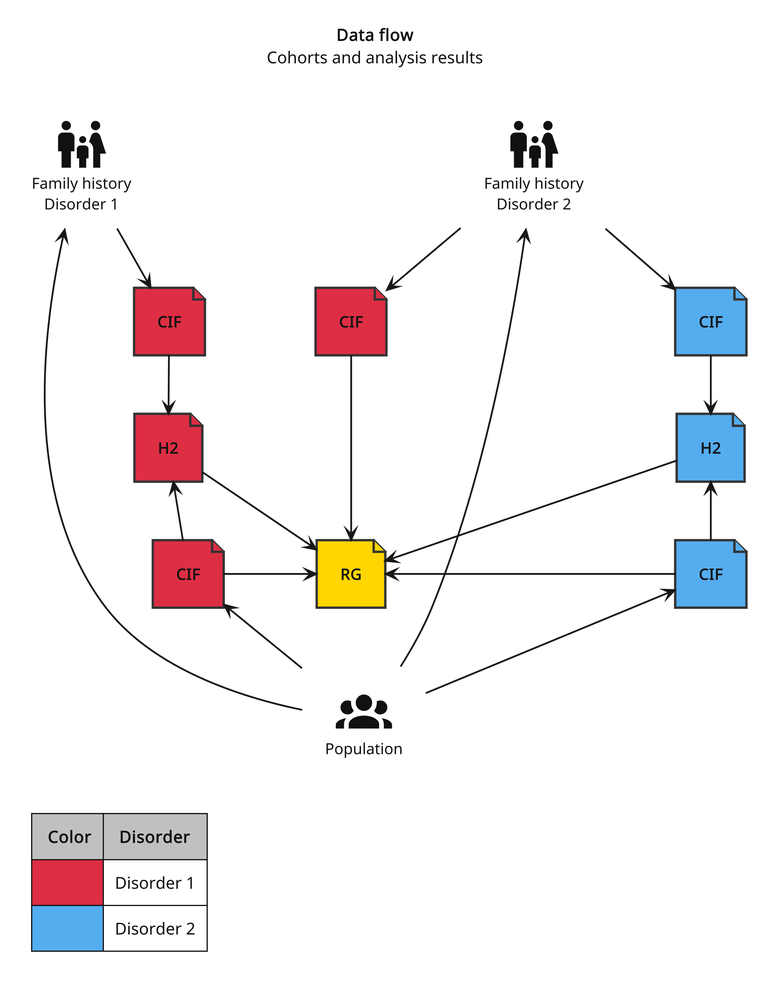
BioPsyk/epimight keeps this PlantUML diagram as guides/diagrams/pipeline-dag.png. Above is the earlier version.
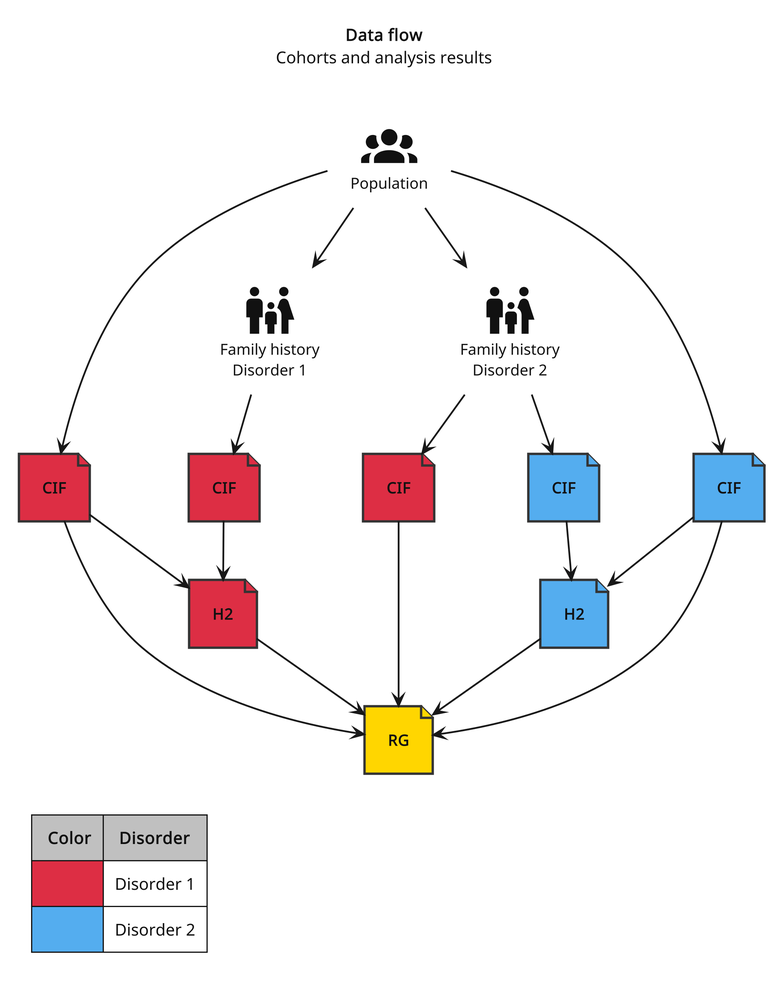
After the commit.

Commit message:
Adds better phrasing

The edit, as a diff of the source:
```diff
@@ -53,24 +53,24 @@
   |<#54adef>|Disorder 2|
 endlegend
 
-pop -UP-> cif_d2_pop
-pop -UP-> cif_d1_pop
+pop --> fh1
+pop --> fh2
+pop --> cif_d2_pop
+pop --> cif_d1_pop
 fh1 --> cif_d1_fh1
 fh2 --> cif_d1_fh2
 fh2 --> cif_d2_fh2
 
-cif_d2_pop -UP-> h2_d2
+cif_d2_pop --> h2_d2
 cif_d2_fh2 --> h2_d2
 
-cif_d1_pop -UP-> h2_d1
+cif_d1_pop --> h2_d1
 cif_d1_fh1 --> h2_d1
 
 cif_d1_fh2 ---> rg
-cif_d1_pop -RIGHT-> rg
-cif_d2_pop -LEFT-> rg
+cif_d1_pop --> rg
+cif_d2_pop --> rg
 h2_d1 --> rg
 h2_d2 --> rg
 
-pop -UP-> fh1
-pop -UP-> fh2
 @enduml
```
